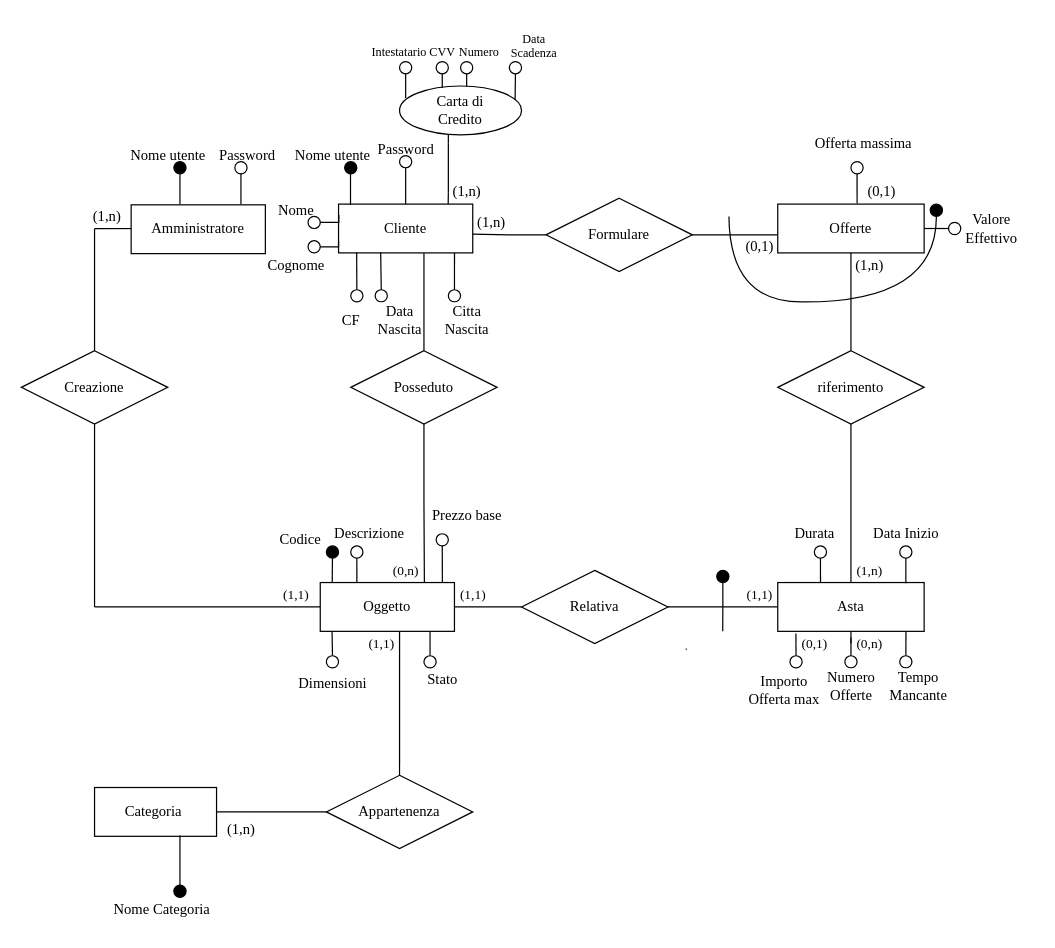
The draw.io diagram materiale/Schemi Base E-R/Diagramma ER daRistrutturare.drawio in A-lex00/AsteOnlineBD, before the edit. Source tidied: cells renumbered, new cells numbered last; positions are measured from the earlier drawing's top-left corner, leaving out a move shared by most shapes. Both pictures are drawn from the tidied source at 122%, with x=0, y=0 at pixel (21, 21).
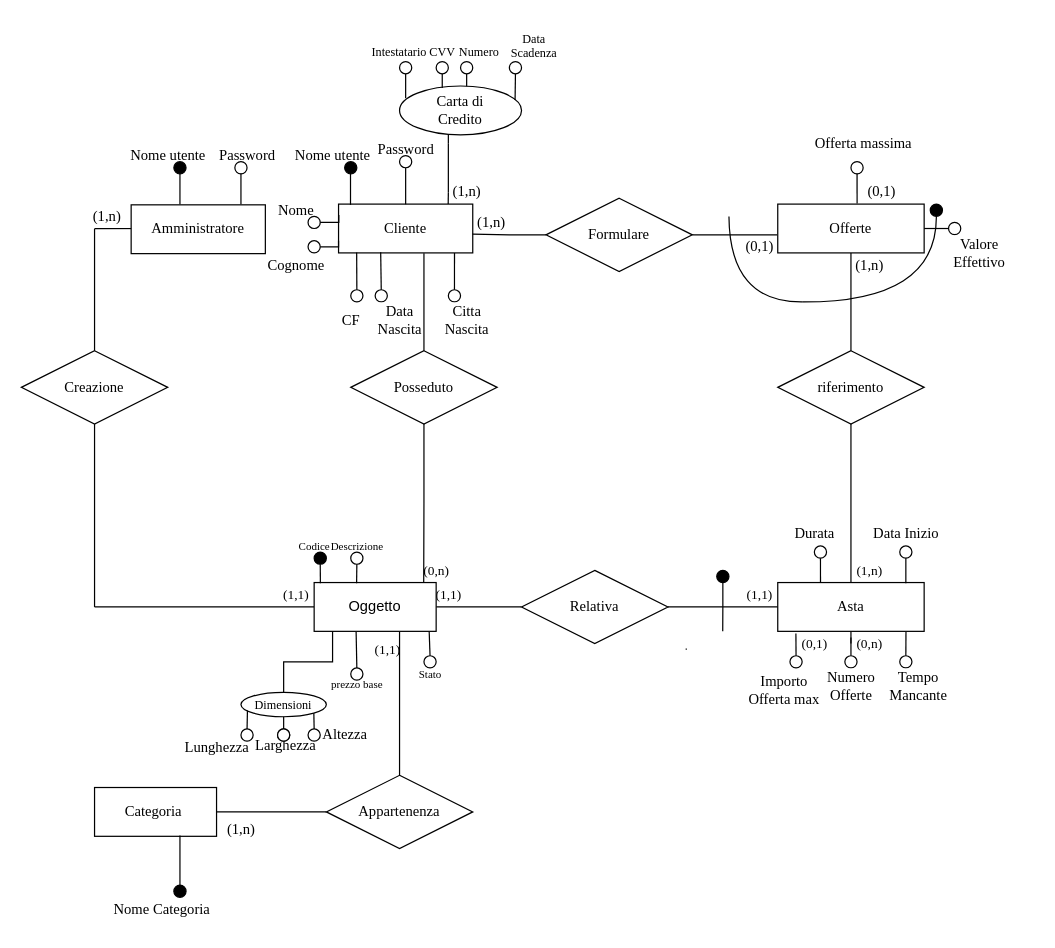
The same diagram, later.

The change refers to these unchanged cells:
```xml
<mxCell id="64" value="Relativa" style="shape=rhombus;perimeter=rhombusPerimeter;whiteSpace=wrap;html=1;align=center;fontColor=#000000;fontFamily=Times New Roman;" parent="1" vertex="1">
  <mxGeometry x="410" y="450" width="120" height="60" as="geometry" />
</mxCell>
<mxCell id="80" value="Posseduto" style="shape=rhombus;perimeter=rhombusPerimeter;whiteSpace=wrap;html=1;align=center;fontFamily=Times New Roman;" parent="1" vertex="1">
  <mxGeometry x="270" y="270" width="120" height="60" as="geometry" />
</mxCell>
<mxCell id="83" value="Appartenenza" style="shape=rhombus;perimeter=rhombusPerimeter;whiteSpace=wrap;html=1;align=center;fontFamily=Times New Roman;" parent="1" vertex="1">
  <mxGeometry x="250" y="618" width="120" height="60" as="geometry" />
</mxCell>
```

The edit, as a diff of the source:
```diff
@@
     <mxCell id="41" value="&lt;font&gt;Valore&lt;br&gt;Effettivo&lt;/font&gt;" style="text;html=1;align=center;verticalAlign=middle;strokeColor=none;fillColor=none;fontFamily=Times New Roman;fontSize=12;fontColor=default;labelBackgroundColor=default;" parent="1" vertex="1">
-      <mxGeometry x="760" y="149.8" width="70" height="40" as="geometry" />
+      <mxGeometry x="750" y="169.8" width="70" height="40" as="geometry" />
     </mxCell>
@@
-    <mxCell id="57" style="edgeStyle=orthogonalEdgeStyle;rounded=0;jettySize=auto;html=1;exitX=0;exitY=0.5;exitDx=0;exitDy=0;endArrow=none;startFill=0;fontFamily=Times New Roman;" parent="1" edge="1" source="64" target="66">
+    <mxCell id="57" style="edgeStyle=orthogonalEdgeStyle;rounded=0;jettySize=auto;html=1;exitX=0;exitY=0.5;exitDx=0;exitDy=0;endArrow=none;startFill=0;fontFamily=Times New Roman;entryX=1;entryY=0.5;entryDx=0;entryDy=0;" parent="1" edge="1" source="64" target="66">
       <mxGeometry relative="1" as="geometry" />
     </mxCell>
-    <mxCell id="58" style="edgeStyle=orthogonalEdgeStyle;shape=connector;rounded=0;jettySize=auto;html=1;exitX=0.5;exitY=1;exitDx=0;exitDy=0;entryX=0.089;entryY=0.032;entryDx=0;entryDy=0;entryPerimeter=0;strokeColor=default;align=center;verticalAlign=middle;fontFamily=Times New Roman;fontSize=7;fontColor=default;labelBackgroundColor=default;startFill=0;endArrow=none;" parent="1" edge="1" source="67" target="66">
-      <mxGeometry relative="1" as="geometry" />
-    </mxCell>
-    <mxCell id="59" style="edgeStyle=orthogonalEdgeStyle;shape=connector;rounded=0;jettySize=auto;html=1;exitX=0.5;exitY=1;exitDx=0;exitDy=0;entryX=0.273;entryY=0.015;entryDx=0;entryDy=0;entryPerimeter=0;strokeColor=default;align=center;verticalAlign=middle;fontFamily=Times New Roman;fontSize=7;fontColor=default;labelBackgroundColor=default;startFill=0;endArrow=none;" parent="1" edge="1" source="68" target="66">
-      <mxGeometry relative="1" as="geometry" />
-    </mxCell>
-    <mxCell id="60" style="edgeStyle=orthogonalEdgeStyle;shape=connector;rounded=0;jettySize=auto;html=1;exitX=0.5;exitY=1;exitDx=0;exitDy=0;entryX=0.91;entryY=0.003;entryDx=0;entryDy=0;entryPerimeter=0;strokeColor=default;align=center;verticalAlign=middle;fontFamily=Times New Roman;fontSize=7;fontColor=default;labelBackgroundColor=default;startFill=0;endArrow=none;" parent="1" edge="1" source="70" target="66">
-      <mxGeometry relative="1" as="geometry" />
-    </mxCell>
-    <mxCell id="61" style="edgeStyle=orthogonalEdgeStyle;shape=connector;rounded=0;jettySize=auto;html=1;exitX=0.5;exitY=0;exitDx=0;exitDy=0;entryX=0.818;entryY=1.009;entryDx=0;entryDy=0;entryPerimeter=0;strokeColor=default;align=center;verticalAlign=middle;fontFamily=Times New Roman;fontSize=7;fontColor=default;labelBackgroundColor=default;startFill=0;endArrow=none;" parent="1" edge="1" source="69" target="66">
-      <mxGeometry relative="1" as="geometry" />
-    </mxCell>
-    <mxCell id="62" style="edgeStyle=orthogonalEdgeStyle;rounded=0;jettySize=auto;html=1;exitX=0.5;exitY=0;exitDx=0;exitDy=0;entryX=0.088;entryY=0.98;entryDx=0;entryDy=0;entryPerimeter=0;endArrow=none;startFill=0;fontFamily=Times New Roman;" parent="1" edge="1" source="71" target="66">
-      <mxGeometry relative="1" as="geometry" />
-    </mxCell>
@@
-    <mxCell id="65" style="edgeStyle=orthogonalEdgeStyle;shape=connector;rounded=0;orthogonalLoop=1;jettySize=auto;html=1;exitX=0;exitY=0.5;exitDx=0;exitDy=0;strokeColor=default;align=center;verticalAlign=middle;fontFamily=Times New Roman;fontSize=11;fontColor=default;labelBackgroundColor=default;startFill=0;endArrow=none;" parent="1" edge="1">
+    <mxCell id="65" style="edgeStyle=orthogonalEdgeStyle;shape=connector;rounded=0;jettySize=auto;html=1;exitX=0;exitY=0.5;exitDx=0;exitDy=0;strokeColor=default;align=center;verticalAlign=middle;fontFamily=Times New Roman;fontSize=11;fontColor=default;labelBackgroundColor=default;startFill=0;endArrow=none;" parent="1" edge="1" source="66">
       <mxGeometry relative="1" as="geometry">
-        <mxPoint x="315" y="480" as="sourcePoint" />
         <mxPoint x="60" y="480" as="targetPoint" />
       </mxGeometry>
     </mxCell>
-    <mxCell id="66" value="Oggetto" style="whiteSpace=wrap;html=1;align=center;fontFamily=Times New Roman;" parent="1" vertex="1">
-      <mxGeometry x="245" y="460" width="110" height="40" as="geometry" />
-    </mxCell>
-    <mxCell id="67" style="ellipse;whiteSpace=wrap;html=1;fillColor=#000000;fontFamily=Times New Roman;" parent="1" vertex="1">
-      <mxGeometry x="250" y="430" width="10" height="10" as="geometry" />
-    </mxCell>
-    <mxCell id="68" style="ellipse;whiteSpace=wrap;html=1;fontFamily=Times New Roman;" parent="1" vertex="1">
-      <mxGeometry x="270" y="430" width="10" height="10" as="geometry" />
-    </mxCell>
-    <mxCell id="69" style="ellipse;whiteSpace=wrap;html=1;fontFamily=Times New Roman;" parent="1" vertex="1">
-      <mxGeometry x="330" y="520" width="10" height="10" as="geometry" />
-    </mxCell>
-    <mxCell id="70" style="ellipse;whiteSpace=wrap;html=1;fontFamily=Times New Roman;" parent="1" vertex="1">
-      <mxGeometry x="340" y="420" width="10" height="10" as="geometry" />
-    </mxCell>
-    <mxCell id="71" style="ellipse;whiteSpace=wrap;html=1;fontFamily=Times New Roman;" parent="1" vertex="1">
-      <mxGeometry x="250" y="520" width="10" height="10" as="geometry" />
-    </mxCell>
-    <mxCell id="72" value="Codice&amp;nbsp;" style="text;html=1;align=center;verticalAlign=middle;strokeColor=none;fillColor=none;fontFamily=Times New Roman;fontSize=12;fontColor=default;labelBackgroundColor=default;" parent="1" vertex="1">
-      <mxGeometry x="200" y="410" width="60" height="30" as="geometry" />
-    </mxCell>
-    <mxCell id="73" value="Descrizione" style="text;html=1;align=center;verticalAlign=middle;strokeColor=none;fillColor=none;fontFamily=Times New Roman;fontSize=12;fontColor=default;labelBackgroundColor=default;" parent="1" vertex="1">
-      <mxGeometry x="245" y="405" width="80" height="30" as="geometry" />
-    </mxCell>
     <mxCell id="74" value="(1,1)" style="text;html=1;align=center;verticalAlign=middle;strokeColor=none;fillColor=none;fontFamily=Times New Roman;fontSize=11;fontColor=default;labelBackgroundColor=default;" parent="1" vertex="1">
-      <mxGeometry x="350" y="455" width="40" height="30" as="geometry" />
+      <mxGeometry x="330" y="455" width="40" height="30" as="geometry" />
     </mxCell>
     <mxCell id="75" value="(0,n)" style="text;html=1;align=center;verticalAlign=middle;strokeColor=none;fillColor=none;fontFamily=Times New Roman;fontSize=11;fontColor=default;labelBackgroundColor=default;" parent="1" vertex="1">
-      <mxGeometry x="295" y="435" width="40" height="30" as="geometry" />
+      <mxGeometry x="320" y="435" width="40" height="30" as="geometry" />
     </mxCell>
     <mxCell id="76" value="(1,1)" style="text;html=1;align=center;verticalAlign=middle;strokeColor=none;fillColor=none;fontFamily=Times New Roman;fontSize=11;fontColor=default;labelBackgroundColor=default;" parent="1" vertex="1">
-      <mxGeometry x="275" y="495" width="40" height="30" as="geometry" />
+      <mxGeometry x="280" y="500" width="40" height="30" as="geometry" />
     </mxCell>
@@
-    <mxCell id="82" style="edgeStyle=orthogonalEdgeStyle;shape=connector;rounded=0;jettySize=auto;html=1;exitX=0.5;exitY=1;exitDx=0;exitDy=0;entryX=0.776;entryY=0.002;entryDx=0;entryDy=0;entryPerimeter=0;strokeColor=default;align=center;verticalAlign=middle;fontFamily=Times New Roman;fontSize=11;fontColor=default;labelBackgroundColor=default;startFill=0;endArrow=none;" parent="1" edge="1" source="80" target="66">
+    <mxCell id="82" style="edgeStyle=orthogonalEdgeStyle;shape=connector;rounded=0;jettySize=auto;html=1;exitX=0.5;exitY=1;exitDx=0;exitDy=0;strokeColor=default;align=center;verticalAlign=middle;fontFamily=Times New Roman;fontSize=11;fontColor=default;labelBackgroundColor=default;startFill=0;endArrow=none;entryX=0.898;entryY=-0.003;entryDx=0;entryDy=0;entryPerimeter=0;" parent="1" edge="1" source="80" target="66">
       <mxGeometry relative="1" as="geometry" />
     </mxCell>
@@
-    <mxCell id="90" style="edgeStyle=orthogonalEdgeStyle;shape=connector;rounded=0;jettySize=auto;html=1;exitX=0.5;exitY=0;exitDx=0;exitDy=0;entryX=0.591;entryY=1.006;entryDx=0;entryDy=0;entryPerimeter=0;strokeColor=default;align=center;verticalAlign=middle;fontFamily=Times New Roman;fontSize=11;fontColor=default;labelBackgroundColor=default;startFill=0;endArrow=none;" parent="1" edge="1" source="83" target="66">
-      <mxGeometry relative="1" as="geometry" />
+    <mxCell id="90" style="edgeStyle=orthogonalEdgeStyle;shape=connector;rounded=0;jettySize=auto;html=1;exitX=0.5;exitY=0;exitDx=0;exitDy=0;entryX=0.591;entryY=1.006;entryDx=0;entryDy=0;entryPerimeter=0;strokeColor=default;align=center;verticalAlign=middle;fontFamily=Times New Roman;fontSize=11;fontColor=default;labelBackgroundColor=default;startFill=0;endArrow=none;" parent="1" edge="1" source="83">
+      <mxGeometry relative="1" as="geometry">
+        <mxPoint x="310" y="500.2" as="targetPoint" />
+      </mxGeometry>
     </mxCell>
@@
-    <mxCell id="103" value="&lt;font&gt;Prezzo base&lt;/font&gt;" style="text;html=1;align=center;verticalAlign=middle;strokeColor=none;fillColor=none;fontFamily=Times New Roman;fontSize=12;fontColor=default;labelBackgroundColor=default;" parent="1" vertex="1">
-      <mxGeometry x="325" y="390" width="80" height="30" as="geometry" />
-    </mxCell>
@@
-    <mxCell id="105" value="Dimensioni" style="text;html=1;align=center;verticalAlign=middle;points=[];strokeColor=none;fillColor=none;fontFamily=Times New Roman;fontSize=12;fontColor=default;labelBackgroundColor=default;" parent="1" vertex="1">
-      <mxGeometry x="215" y="528" width="80" height="30" as="geometry" />
-    </mxCell>
-    <mxCell id="106" value="Stato" style="text;html=1;align=center;verticalAlign=middle;strokeColor=none;fillColor=none;fontFamily=Times New Roman;fontSize=12;fontColor=default;labelBackgroundColor=default;" parent="1" vertex="1">
-      <mxGeometry x="320" y="525" width="50" height="30" as="geometry" />
-    </mxCell>
@@
+    <mxCell id="66" value="Oggetto" style="whiteSpace=wrap;html=1;align=center;" parent="1" vertex="1">
+      <mxGeometry x="240" y="460" width="100" height="40" as="geometry" />
+    </mxCell>
+    <mxCell id="105" value="Dimensioni" style="ellipse;whiteSpace=wrap;html=1;align=center;fontSize=10;fontFamily=Times New Roman;" parent="1" vertex="1">
+      <mxGeometry x="180" y="550" width="70" height="20" as="geometry" />
+    </mxCell>
+    <mxCell id="132" style="ellipse;whiteSpace=wrap;html=1;" parent="1" vertex="1">
+      <mxGeometry x="180" y="580" width="10" height="10" as="geometry" />
+    </mxCell>
+    <mxCell id="133" style="edgeStyle=orthogonalEdgeStyle;rounded=0;jettySize=auto;html=1;exitX=0.5;exitY=0;exitDx=0;exitDy=0;entryX=0.5;entryY=1;entryDx=0;entryDy=0;endArrow=none;startFill=0;" parent="1" edge="1" source="134" target="105">
+      <mxGeometry relative="1" as="geometry" />
+    </mxCell>
+    <mxCell id="134" style="ellipse;whiteSpace=wrap;html=1;" parent="1" vertex="1">
+      <mxGeometry x="210" y="580" width="10" height="10" as="geometry" />
+    </mxCell>
+    <mxCell id="135" style="edgeStyle=orthogonalEdgeStyle;rounded=0;jettySize=auto;html=1;exitX=0.5;exitY=0;exitDx=0;exitDy=0;entryX=1;entryY=1;entryDx=0;entryDy=0;endArrow=none;startFill=0;" parent="1" edge="1" source="136" target="105">
+      <mxGeometry relative="1" as="geometry" />
+    </mxCell>
+    <mxCell id="136" style="ellipse;whiteSpace=wrap;html=1;" parent="1" vertex="1">
+      <mxGeometry x="235" y="580" width="10" height="10" as="geometry" />
+    </mxCell>
+    <mxCell id="137" value="Altezza" style="text;html=1;align=center;verticalAlign=middle;strokeColor=none;fillColor=none;fontFamily=Times New Roman;fontSize=12;" parent="1" vertex="1">
+      <mxGeometry x="235" y="570" width="60" height="30" as="geometry" />
+    </mxCell>
+    <mxCell id="138" value="Larghezza" style="text;whiteSpace=wrap;html=1;fontSize=12;fontFamily=Times New Roman;" parent="1" vertex="1">
+      <mxGeometry x="190" y="580" width="40" height="20" as="geometry" />
+    </mxCell>
+    <mxCell id="139" style="ellipse;whiteSpace=wrap;html=1;fillColor=#000000;" parent="1" vertex="1">
+      <mxGeometry x="240" y="435" width="10" height="10" as="geometry" />
+    </mxCell>
+    <mxCell id="140" style="ellipse;whiteSpace=wrap;html=1;" parent="1" vertex="1">
+      <mxGeometry x="270" y="435" width="10" height="10" as="geometry" />
+    </mxCell>
+    <mxCell id="141" style="edgeStyle=orthogonalEdgeStyle;rounded=0;jettySize=auto;html=1;exitX=0.5;exitY=1;exitDx=0;exitDy=0;entryX=0.051;entryY=0.013;entryDx=0;entryDy=0;entryPerimeter=0;endArrow=none;startFill=0;" parent="1" edge="1" source="139" target="66">
+      <mxGeometry relative="1" as="geometry" />
+    </mxCell>
+    <mxCell id="72" value="&lt;font style=&quot;font-size: 9px;&quot;&gt;Codice&lt;/font&gt;" style="text;html=1;align=center;verticalAlign=middle;strokeColor=none;fillColor=none;fontFamily=Garamond;" parent="1" vertex="1">
+      <mxGeometry x="215" y="415" width="50" height="30" as="geometry" />
+    </mxCell>
+    <mxCell id="73" value="&lt;font style=&quot;font-size: 9px;&quot;&gt;Descrizione&lt;/font&gt;" style="text;html=1;align=center;verticalAlign=middle;strokeColor=none;fillColor=none;fontFamily=Times New Roman;" parent="1" vertex="1">
+      <mxGeometry x="240" y="415" width="70" height="30" as="geometry" />
+    </mxCell>
+    <mxCell id="142" style="edgeStyle=orthogonalEdgeStyle;rounded=0;jettySize=auto;html=1;exitX=0.5;exitY=1;exitDx=0;exitDy=0;entryX=0.348;entryY=0.016;entryDx=0;entryDy=0;entryPerimeter=0;endArrow=none;startFill=0;" parent="1" edge="1" source="140" target="66">
+      <mxGeometry relative="1" as="geometry" />
+    </mxCell>
+    <mxCell id="143" style="ellipse;whiteSpace=wrap;html=1;" parent="1" vertex="1">
+      <mxGeometry x="210" y="580" width="10" height="10" as="geometry" />
+    </mxCell>
+    <mxCell id="144" style="ellipse;whiteSpace=wrap;html=1;" parent="1" vertex="1">
+      <mxGeometry x="330" y="520" width="10" height="10" as="geometry" />
+    </mxCell>
+    <mxCell id="145" value="&lt;font style=&quot;font-size: 9px;&quot;&gt;prezzo base&lt;/font&gt;" style="text;html=1;align=center;verticalAlign=middle;strokeColor=none;fillColor=none;fontFamily=Times New Roman;" parent="1" vertex="1">
+      <mxGeometry x="240" y="528" width="70" height="30" as="geometry" />
+    </mxCell>
+    <mxCell id="146" style="edgeStyle=orthogonalEdgeStyle;rounded=0;jettySize=auto;html=1;exitX=0.5;exitY=0;exitDx=0;exitDy=0;entryX=0.943;entryY=1.014;entryDx=0;entryDy=0;entryPerimeter=0;endArrow=none;startFill=0;" parent="1" edge="1" source="144" target="66">
+      <mxGeometry relative="1" as="geometry" />
+    </mxCell>
+    <mxCell id="106" value="&lt;font style=&quot;font-size: 9px;&quot; face=&quot;Times New Roman&quot;&gt;Stato&lt;/font&gt;" style="text;html=1;align=center;verticalAlign=middle;strokeColor=none;fillColor=none;" parent="1" vertex="1">
+      <mxGeometry x="315" y="520" width="40" height="30" as="geometry" />
+    </mxCell>
+    <mxCell id="147" style="edgeStyle=orthogonalEdgeStyle;rounded=0;jettySize=auto;html=1;exitX=0.5;exitY=0;exitDx=0;exitDy=0;entryX=0.076;entryY=0.746;entryDx=0;entryDy=0;entryPerimeter=0;endArrow=none;startFill=0;" parent="1" edge="1" source="132" target="105">
+      <mxGeometry relative="1" as="geometry" />
+    </mxCell>
+    <mxCell id="148" style="edgeStyle=orthogonalEdgeStyle;rounded=0;jettySize=auto;html=1;exitX=0.5;exitY=0;exitDx=0;exitDy=0;entryX=0.151;entryY=1;entryDx=0;entryDy=0;entryPerimeter=0;endArrow=none;startFill=0;" parent="1" edge="1" source="105" target="66">
+      <mxGeometry relative="1" as="geometry" />
+    </mxCell>
+    <mxCell id="149" value="Lunghezza" style="text;html=1;align=center;verticalAlign=middle;strokeColor=none;fillColor=none;fontFamily=Times New Roman;fontSize=12;" parent="1" vertex="1">
+      <mxGeometry x="120" y="580" width="80" height="30" as="geometry" />
+    </mxCell>
+    <mxCell id="150" style="ellipse;whiteSpace=wrap;html=1;" parent="1" vertex="1">
+      <mxGeometry x="270" y="530" width="10" height="10" as="geometry" />
+    </mxCell>
+    <mxCell id="151" style="edgeStyle=orthogonalEdgeStyle;rounded=0;jettySize=auto;html=1;exitX=0.5;exitY=0;exitDx=0;exitDy=0;entryX=0.344;entryY=1.014;entryDx=0;entryDy=0;entryPerimeter=0;fontFamily=Times New Roman;endArrow=none;startFill=0;" parent="1" edge="1" source="150" target="66">
+      <mxGeometry relative="1" as="geometry" />
+    </mxCell>
```
